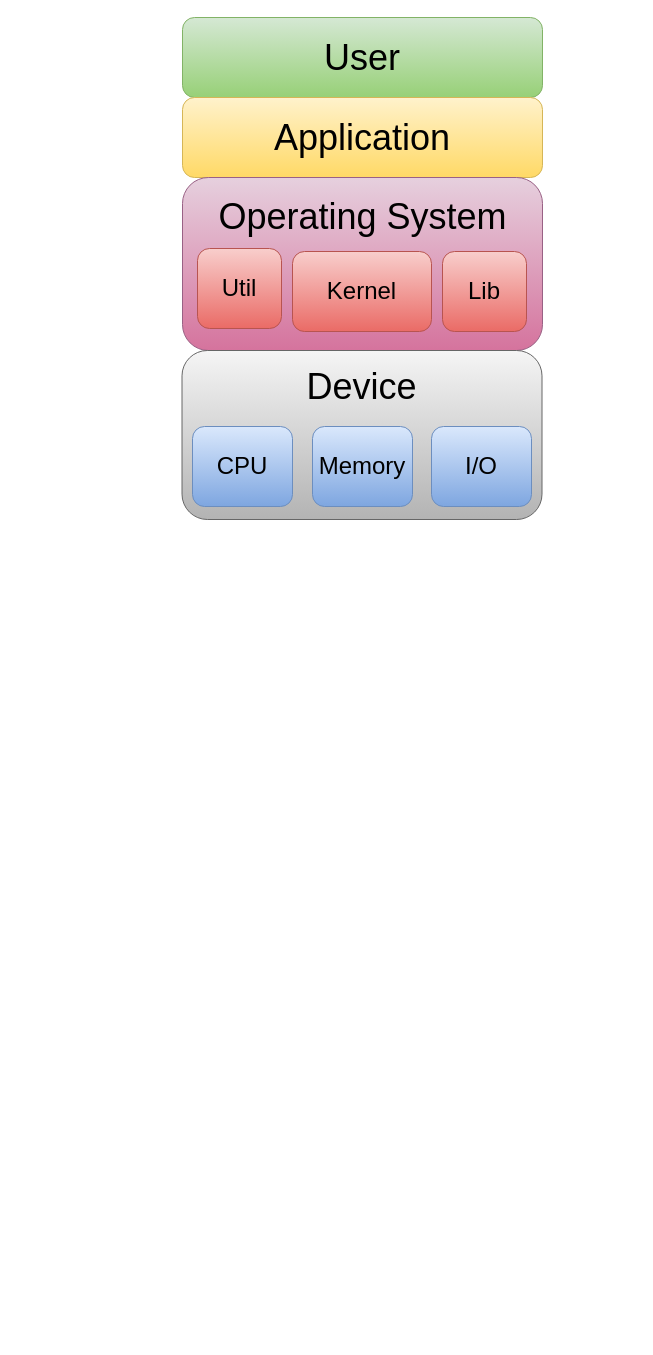
Above: static/drawio/OS.drawio in dasi0227/Notes (draw.io), before the change. Source tidied: cells renumbered, new cells numbered last; positions are measured from the earlier drawing's top-left corner, leaving out a move shared by most shapes. Both pictures are drawn from the tidied source at 100%, with x=0, y=0 at pixel (182, 17).
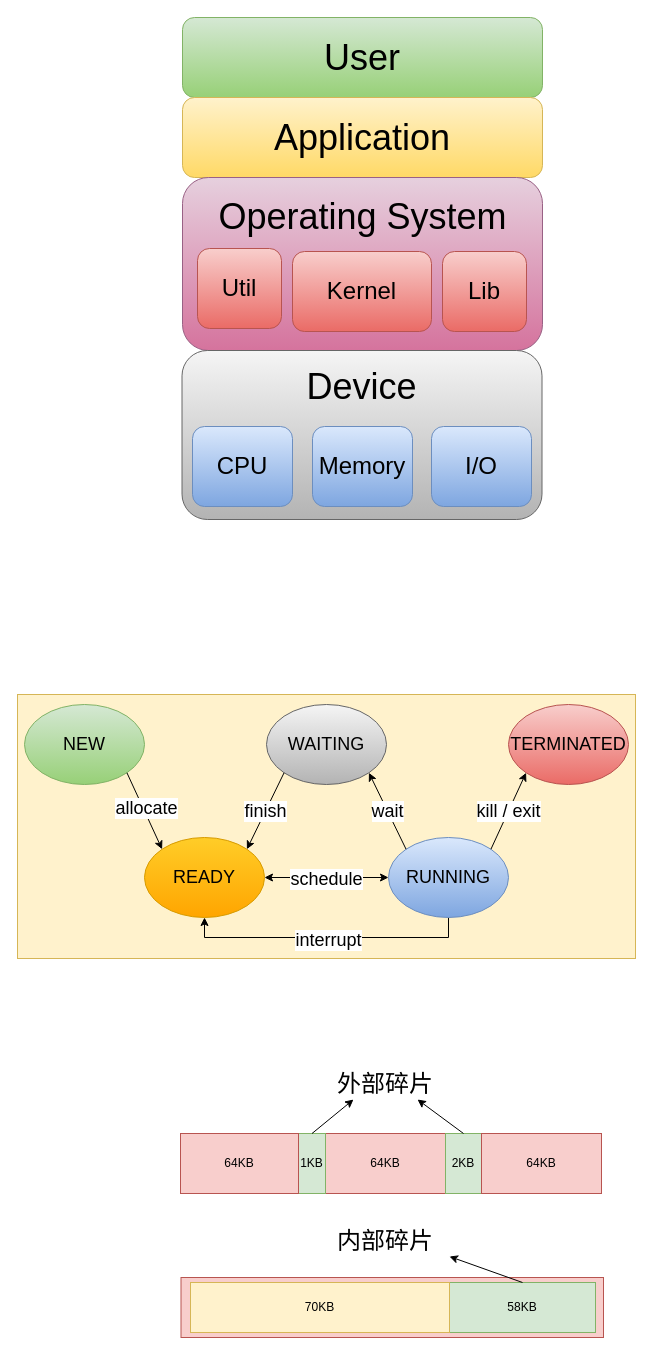
The same page after the edit.

Change to the diagram source:
```diff
@@
-<mxGraphModel>
+<mxGraphModel background="#ffffff">
@@
+    <mxCell id="14" style="rounded=0;whiteSpace=wrap;html=1;fillColor=#fff2cc;strokeColor=#d6b656;" parent="1" vertex="1">
+      <mxGeometry x="-165" y="677" width="618" height="264" as="geometry" />
+    </mxCell>
@@
+    <mxCell id="15" value="&lt;font style=&quot;font-size: 18px;&quot;&gt;NEW&lt;/font&gt;" style="ellipse;whiteSpace=wrap;html=1;fillColor=#d5e8d4;gradientColor=#97d077;strokeColor=#82b366;" parent="1" vertex="1">
+      <mxGeometry x="-158" y="687" width="120" height="80" as="geometry" />
+    </mxCell>
+    <mxCell id="16" value="&lt;font style=&quot;font-size: 18px;&quot;&gt;WAITING&lt;/font&gt;" style="ellipse;whiteSpace=wrap;html=1;fillColor=#f5f5f5;gradientColor=#b3b3b3;strokeColor=#666666;" parent="1" vertex="1">
+      <mxGeometry x="84" y="687" width="120" height="80" as="geometry" />
+    </mxCell>
+    <mxCell id="17" value="&lt;font style=&quot;font-size: 18px;&quot;&gt;TERMINATED&lt;/font&gt;" style="ellipse;whiteSpace=wrap;html=1;fillColor=#f8cecc;gradientColor=#ea6b66;strokeColor=#b85450;" parent="1" vertex="1">
+      <mxGeometry x="326" y="687" width="120" height="80" as="geometry" />
+    </mxCell>
+    <mxCell id="18" value="&lt;font style=&quot;font-size: 18px;&quot;&gt;READY&lt;/font&gt;" style="ellipse;whiteSpace=wrap;html=1;fillColor=#ffcd28;gradientColor=#ffa500;strokeColor=#d79b00;" parent="1" vertex="1">
+      <mxGeometry x="-38" y="820" width="120" height="80" as="geometry" />
+    </mxCell>
+    <mxCell id="19" style="edgeStyle=orthogonalEdgeStyle;rounded=0;jettySize=auto;html=1;exitX=0.5;exitY=1;exitDx=0;exitDy=0;entryX=0.5;entryY=1;entryDx=0;entryDy=0;" parent="1" edge="1" source="21" target="18">
+      <mxGeometry relative="1" as="geometry" />
+    </mxCell>
+    <mxCell id="20" value="&lt;font style=&quot;font-size: 18px;&quot;&gt;interrupt&lt;/font&gt;" style="edgeLabel;html=1;align=center;verticalAlign=middle;" parent="19" vertex="1">
+      <mxGeometry x="-0.01" y="2" relative="1" as="geometry" />
+    </mxCell>
+    <mxCell id="21" value="&lt;font style=&quot;font-size: 18px;&quot;&gt;RUNNING&lt;/font&gt;" style="ellipse;whiteSpace=wrap;html=1;fillColor=#dae8fc;gradientColor=#7ea6e0;strokeColor=#6c8ebf;" parent="1" vertex="1">
+      <mxGeometry x="206" y="820" width="120" height="80" as="geometry" />
+    </mxCell>
+    <mxCell id="22" style="endArrow=classic;html=1;rounded=0;exitX=1;exitY=1;exitDx=0;exitDy=0;entryX=0;entryY=0;entryDx=0;entryDy=0;" parent="1" edge="1" source="15" target="18">
+      <mxGeometry relative="1" as="geometry" />
+    </mxCell>
+    <mxCell id="23" value="&lt;font style=&quot;font-size: 18px;&quot;&gt;allocate&lt;/font&gt;" style="edgeLabel;html=1;align=center;verticalAlign=middle;" parent="22" vertex="1">
+      <mxGeometry x="-0.05" y="3" relative="1" as="geometry" />
+    </mxCell>
+    <mxCell id="24" value="&lt;font style=&quot;font-size: 18px;&quot;&gt;wait&lt;/font&gt;" style="endArrow=classic;html=1;rounded=0;entryX=1;entryY=1;entryDx=0;entryDy=0;exitX=0;exitY=0;exitDx=0;exitDy=0;" parent="1" edge="1" source="21" target="16">
+      <mxGeometry relative="1" as="geometry" />
+    </mxCell>
+    <mxCell id="25" value="&lt;span style=&quot;font-size: 18px;&quot;&gt;finish&lt;/span&gt;" style="endArrow=classic;html=1;rounded=0;entryX=1;entryY=0;entryDx=0;entryDy=0;exitX=0;exitY=1;exitDx=0;exitDy=0;" parent="1" edge="1" source="16" target="18">
+      <mxGeometry x="0.01" relative="1" as="geometry" />
+    </mxCell>
+    <mxCell id="26" value="&lt;span style=&quot;font-size: 18px;&quot;&gt;kill / exit&lt;/span&gt;" style="endArrow=classic;html=1;rounded=0;entryX=0;entryY=1;entryDx=0;entryDy=0;exitX=1;exitY=0;exitDx=0;exitDy=0;" parent="1" edge="1" source="21" target="17">
+      <mxGeometry relative="1" as="geometry" />
+    </mxCell>
+    <mxCell id="27" style="endArrow=classic;startArrow=classic;html=1;rounded=0;exitX=1;exitY=0.5;exitDx=0;exitDy=0;entryX=0;entryY=0.5;entryDx=0;entryDy=0;" parent="1" edge="1" source="18" target="21">
+      <mxGeometry relative="1" as="geometry" />
+    </mxCell>
+    <mxCell id="28" style="edgeLabel;html=1;align=center;verticalAlign=middle;" parent="27" vertex="1">
+      <mxGeometry x="0.01" y="1" relative="1" as="geometry" />
+    </mxCell>
+    <mxCell id="29" value="&lt;font style=&quot;font-size: 18px;&quot;&gt;schedule&lt;/font&gt;" style="edgeLabel;html=1;align=center;verticalAlign=middle;" parent="27" vertex="1">
+      <mxGeometry x="-0.02" y="-1" relative="1" as="geometry" />
+    </mxCell>
+    <mxCell id="30" value="64KB" style="rounded=0;whiteSpace=wrap;html=1;fillColor=#f8cecc;strokeColor=#b85450;" parent="1" vertex="1">
+      <mxGeometry x="143" y="1116" width="120" height="60" as="geometry" />
+    </mxCell>
+    <mxCell id="31" value="1KB" style="rounded=0;whiteSpace=wrap;html=1;fillColor=#d5e8d4;strokeColor=#82b366;" parent="1" vertex="1">
+      <mxGeometry x="116" y="1116" width="27" height="60" as="geometry" />
+    </mxCell>
+    <mxCell id="32" value="64KB" style="rounded=0;whiteSpace=wrap;html=1;fillColor=#f8cecc;strokeColor=#b85450;" parent="1" vertex="1">
+      <mxGeometry x="-2" y="1116" width="118" height="60" as="geometry" />
+    </mxCell>
+    <mxCell id="33" value="2KB" style="rounded=0;whiteSpace=wrap;html=1;fillColor=#d5e8d4;strokeColor=#82b366;" parent="1" vertex="1">
+      <mxGeometry x="263" y="1116" width="36" height="60" as="geometry" />
+    </mxCell>
+    <mxCell id="34" value="64KB" style="rounded=0;whiteSpace=wrap;html=1;fillColor=#f8cecc;strokeColor=#b85450;" parent="1" vertex="1">
+      <mxGeometry x="299" y="1116" width="120" height="60" as="geometry" />
+    </mxCell>
+    <mxCell id="35" value="&lt;font style=&quot;font-size: 24px;&quot;&gt;外部碎片&lt;/font&gt;" style="text;html=1;align=center;verticalAlign=middle;whiteSpace=wrap;rounded=0;" parent="1" vertex="1">
+      <mxGeometry x="139" y="1052" width="128" height="30" as="geometry" />
+    </mxCell>
+    <mxCell id="36" style="endArrow=classic;html=1;rounded=0;exitX=0.5;exitY=0;exitDx=0;exitDy=0;entryX=0.25;entryY=1;entryDx=0;entryDy=0;" parent="1" edge="1" source="31" target="35">
+      <mxGeometry relative="1" as="geometry" />
+    </mxCell>
+    <mxCell id="37" style="endArrow=classic;html=1;rounded=0;exitX=0.5;exitY=0;exitDx=0;exitDy=0;entryX=0.75;entryY=1;entryDx=0;entryDy=0;" parent="1" edge="1" source="33" target="35">
+      <mxGeometry relative="1" as="geometry" />
+    </mxCell>
+    <mxCell id="38" style="rounded=0;whiteSpace=wrap;html=1;fillColor=#f8cecc;strokeColor=#b85450;" parent="1" vertex="1">
+      <mxGeometry x="-1.5" y="1260" width="422.5" height="60" as="geometry" />
+    </mxCell>
+    <mxCell id="39" value="&lt;font style=&quot;font-size: 24px;&quot;&gt;内部碎片&lt;/font&gt;" style="text;html=1;align=center;verticalAlign=middle;whiteSpace=wrap;rounded=0;" parent="1" vertex="1">
+      <mxGeometry x="139" y="1209" width="128" height="30" as="geometry" />
+    </mxCell>
+    <mxCell id="40" value="58KB" style="rounded=0;whiteSpace=wrap;html=1;fillColor=#d5e8d4;strokeColor=#82b366;" parent="1" vertex="1">
+      <mxGeometry x="267" y="1265" width="146" height="50" as="geometry" />
+    </mxCell>
+    <mxCell id="41" style="endArrow=classic;html=1;rounded=0;exitX=0.5;exitY=0;exitDx=0;exitDy=0;entryX=1;entryY=1;entryDx=0;entryDy=0;" parent="1" edge="1" source="40" target="39">
+      <mxGeometry relative="1" as="geometry" />
+    </mxCell>
+    <mxCell id="42" value="70KB" style="rounded=0;whiteSpace=wrap;html=1;fillColor=#fff2cc;strokeColor=#d6b656;" parent="1" vertex="1">
+      <mxGeometry x="8" y="1265" width="259" height="50" as="geometry" />
+    </mxCell>
```
